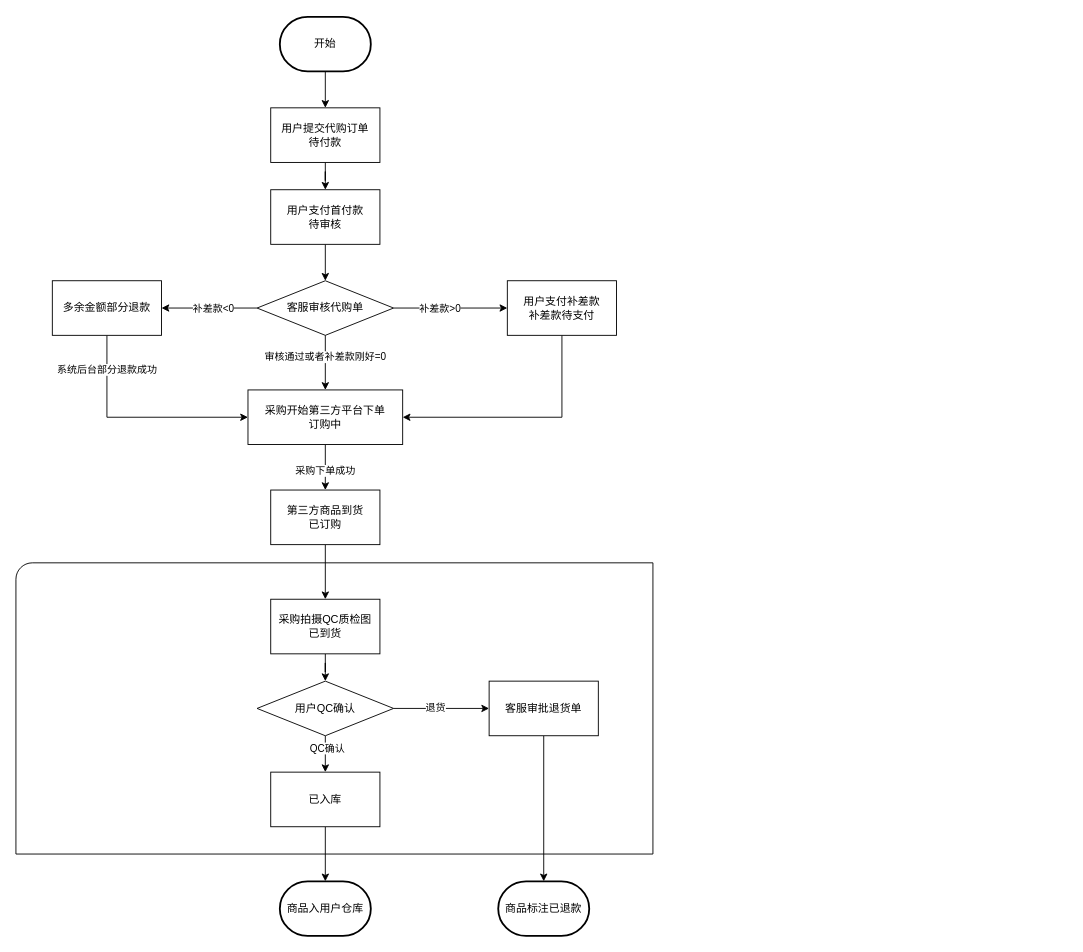
Before: 代购流程.drawio in yangjy15033/draw.io, a draw.io diagram. Source tidied: cells renumbered, new cells numbered last; positions are measured from the earlier drawing's top-left corner, leaving out a move shared by most shapes. Both pictures are drawn from the tidied source at 91%, with x=0, y=0 at pixel (15, 16).
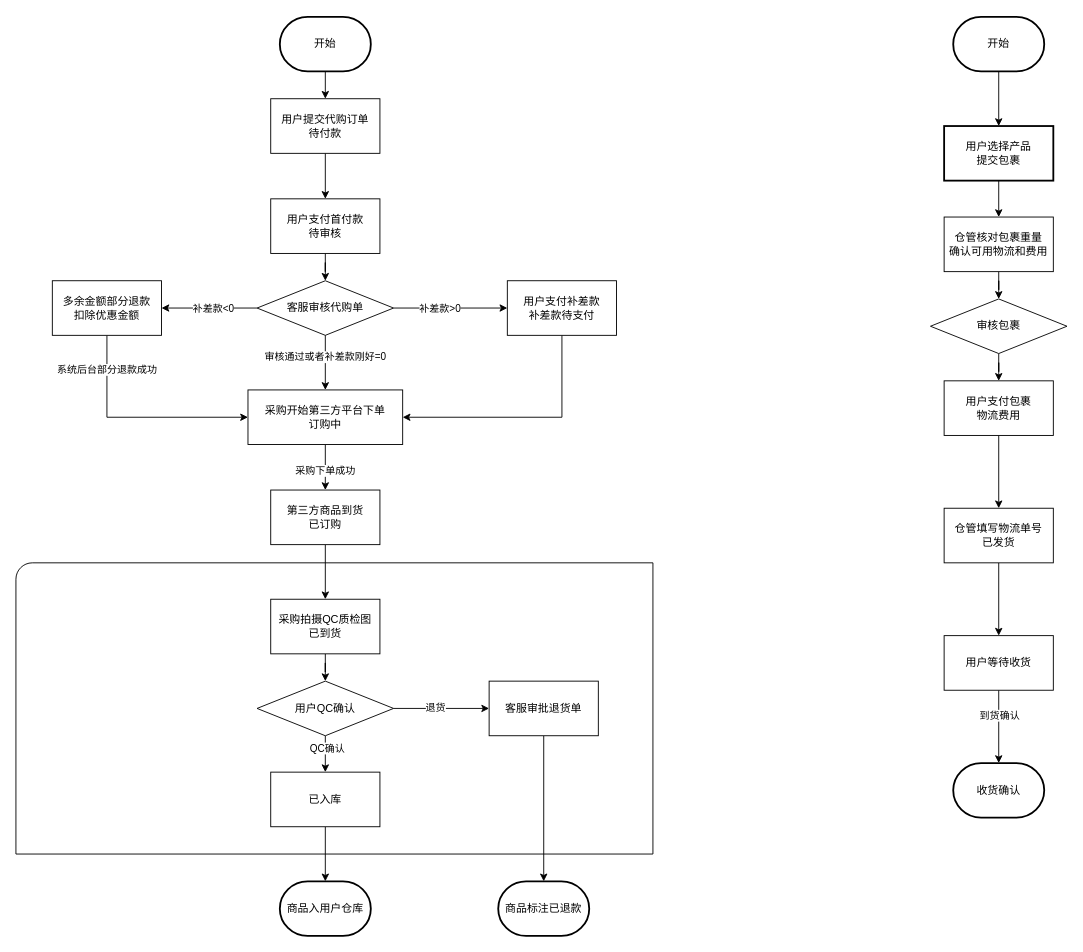
After the change.

Commit message:
更新代购流程.drawio

What changed in the source:
```diff
@@
     <mxCell id="5" value="用户提交代购订单&lt;br&gt;待付款" style="rounded=0;whiteSpace=wrap;html=1;" parent="1" vertex="1">
-      <mxGeometry x="280" y="100" width="120" height="60" as="geometry" />
+      <mxGeometry x="280" y="90" width="120" height="60" as="geometry" />
     </mxCell>
@@
     <mxCell id="7" value="用户支付首付款&lt;br&gt;待审核" style="whiteSpace=wrap;html=1;rounded=0;" parent="1" vertex="1">
-      <mxGeometry x="280" y="190" width="120" height="60" as="geometry" />
+      <mxGeometry x="280" y="200" width="120" height="60" as="geometry" />
     </mxCell>
@@
-    <mxCell id="27" value="多余金额部分退款" style="whiteSpace=wrap;html=1;rounded=0;" parent="1" vertex="1">
+    <mxCell id="27" value="多余金额部分退款&lt;br&gt;扣除优惠金额" style="whiteSpace=wrap;html=1;rounded=0;" parent="1" vertex="1">
       <mxGeometry x="40" y="290" width="120" height="60" as="geometry" />
     </mxCell>
@@
+    <mxCell id="39" style="edgeStyle=orthogonalEdgeStyle;rounded=0;jettySize=auto;html=1;" parent="1" edge="1" source="40" target="42">
+      <mxGeometry relative="1" as="geometry" />
+    </mxCell>
+    <mxCell id="40" value="开始" style="strokeWidth=2;html=1;shape=mxgraph.flowchart.terminator;whiteSpace=wrap;" parent="1" vertex="1">
+      <mxGeometry x="1030" width="100" height="60" as="geometry" />
+    </mxCell>
+    <mxCell id="41" style="edgeStyle=orthogonalEdgeStyle;rounded=0;jettySize=auto;html=1;entryX=0.5;entryY=0;entryDx=0;entryDy=0;" parent="1" edge="1" source="42" target="54">
+      <mxGeometry relative="1" as="geometry" />
+    </mxCell>
+    <mxCell id="42" value="用户选择产品&lt;br&gt;提交包裹" style="whiteSpace=wrap;html=1;strokeWidth=2;" parent="1" vertex="1">
+      <mxGeometry x="1020" y="120" width="120" height="60" as="geometry" />
+    </mxCell>
+    <mxCell id="43" style="edgeStyle=orthogonalEdgeStyle;rounded=0;jettySize=auto;html=1;" parent="1" edge="1" source="44" target="46">
+      <mxGeometry relative="1" as="geometry" />
+    </mxCell>
+    <mxCell id="44" value="审核包裹" style="rhombus;whiteSpace=wrap;html=1;rounded=0;" parent="1" vertex="1">
+      <mxGeometry x="1005" y="310" width="150" height="60" as="geometry" />
+    </mxCell>
+    <mxCell id="45" style="edgeStyle=orthogonalEdgeStyle;rounded=0;jettySize=auto;html=1;" parent="1" edge="1" source="46" target="48">
+      <mxGeometry relative="1" as="geometry" />
+    </mxCell>
+    <mxCell id="46" value="用户支付包裹&lt;br&gt;物流费用" style="whiteSpace=wrap;html=1;rounded=0;" parent="1" vertex="1">
+      <mxGeometry x="1020" y="400" width="120" height="60" as="geometry" />
+    </mxCell>
+    <mxCell id="47" style="edgeStyle=orthogonalEdgeStyle;rounded=0;jettySize=auto;html=1;" parent="1" edge="1" source="48" target="51">
+      <mxGeometry relative="1" as="geometry" />
+    </mxCell>
+    <mxCell id="48" value="仓管填写物流单号&lt;br&gt;已发货" style="whiteSpace=wrap;html=1;rounded=0;" parent="1" vertex="1">
+      <mxGeometry x="1020" y="540" width="120" height="60" as="geometry" />
+    </mxCell>
+    <mxCell id="49" style="edgeStyle=orthogonalEdgeStyle;rounded=0;jettySize=auto;html=1;" parent="1" edge="1" source="51" target="52">
+      <mxGeometry relative="1" as="geometry" />
+    </mxCell>
+    <mxCell id="50" value="到货确认" style="edgeLabel;html=1;align=center;verticalAlign=middle;" parent="49" vertex="1">
+      <mxGeometry x="-0.33" relative="1" as="geometry" />
+    </mxCell>
+    <mxCell id="51" value="用户等待收货" style="whiteSpace=wrap;html=1;rounded=0;" parent="1" vertex="1">
+      <mxGeometry x="1020" y="680" width="120" height="60" as="geometry" />
+    </mxCell>
+    <mxCell id="52" value="收货确认" style="strokeWidth=2;html=1;shape=mxgraph.flowchart.terminator;whiteSpace=wrap;" parent="1" vertex="1">
+      <mxGeometry x="1030" y="820" width="100" height="60" as="geometry" />
+    </mxCell>
+    <mxCell id="53" style="edgeStyle=orthogonalEdgeStyle;rounded=0;jettySize=auto;html=1;" parent="1" edge="1" source="54" target="44">
+      <mxGeometry relative="1" as="geometry" />
+    </mxCell>
+    <mxCell id="54" value="仓管核对包裹重量&lt;br&gt;确认可用物流和费用&lt;br&gt;" style="whiteSpace=wrap;html=1;rounded=0;" parent="1" vertex="1">
+      <mxGeometry x="1020" y="220" width="120" height="60" as="geometry" />
+    </mxCell>
```
